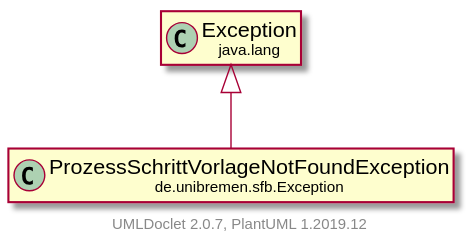
Earlier version of the PlantUML export doc/UML/modulsichtSVG/ProzessSchrittVorlageNotFoundException.svg (fkehlenb/softwareprojekt-2). Source of this version:
```plantuml
@startuml
    set namespaceSeparator none
    hide empty fields
    hide empty methods

    class "<size:14>ProzessSchrittVorlageNotFoundException\n<size:10>de.unibremen.sfb.Exception" as de.unibremen.sfb.Exception.ProzessSchrittVorlageNotFoundException [[ProzessSchrittVorlageNotFoundException.html]]

    class "<size:14>Exception\n<size:10>java.lang" as java.lang.Exception [[https://docs.oracle.com/en/java/javase/11/docs/api/java.base/java/lang/Exception.html?is-external=true]]

    java.lang.Exception <|-- de.unibremen.sfb.Exception.ProzessSchrittVorlageNotFoundException

    center footer UMLDoclet 2.0.7, PlantUML 1.2019.12
@enduml
```
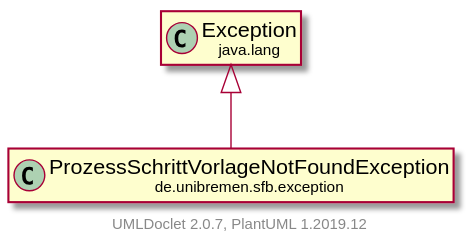
After the change.

The edit, as a diff of the source:
```diff
@@ -3,11 +3,11 @@
     hide empty fields
     hide empty methods
 
-    class "<size:14>ProzessSchrittVorlageNotFoundException\n<size:10>de.unibremen.sfb.Exception" as de.unibremen.sfb.Exception.ProzessSchrittVorlageNotFoundException [[ProzessSchrittVorlageNotFoundException.html]]
+    class "<size:14>ProzessSchrittVorlageNotFoundException\n<size:10>de.unibremen.sfb.exception" as de.unibremen.sfb.exception.ProzessSchrittVorlageNotFoundException [[ProzessSchrittVorlageNotFoundException.html]]
 
-    class "<size:14>Exception\n<size:10>java.lang" as java.lang.Exception [[https://docs.oracle.com/en/java/javase/11/docs/api/java.base/java/lang/Exception.html?is-external=true]]
+    class "<size:14>exception\n<size:10>java.lang" as java.lang.exception [[https://docs.oracle.com/en/java/javase/11/docs/api/java.base/java/lang/Exception.html?is-external=true]]
 
-    java.lang.Exception <|-- de.unibremen.sfb.Exception.ProzessSchrittVorlageNotFoundException
+    java.lang.exception <|-- de.unibremen.sfb.exception.ProzessSchrittVorlageNotFoundException
 
     center footer UMLDoclet 2.0.7, PlantUML 1.2019.12
 @enduml
```
